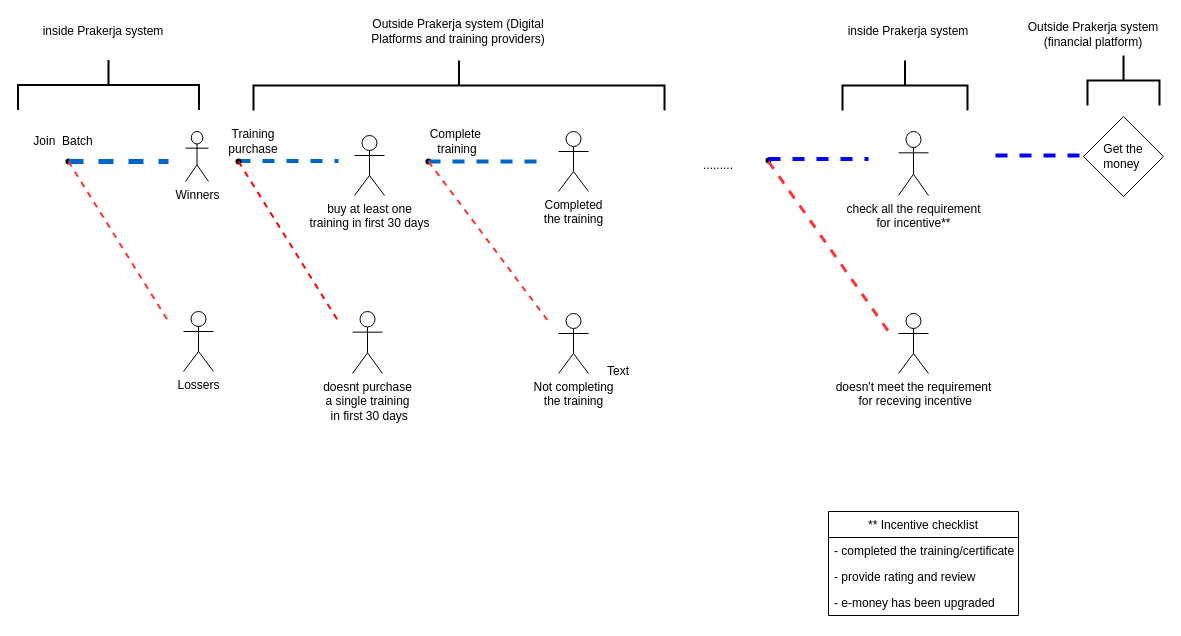
Earlier version of the draw.io diagram Untitled Diagram.drawio (amaulana/myFirstRepo). Source tidied: cells renumbered, new cells numbered last; positions are measured from the earlier drawing's top-left corner, leaving out a move shared by most shapes. Both pictures are drawn from the tidied source at 100%, with x=0, y=0 at pixel (23, -121).
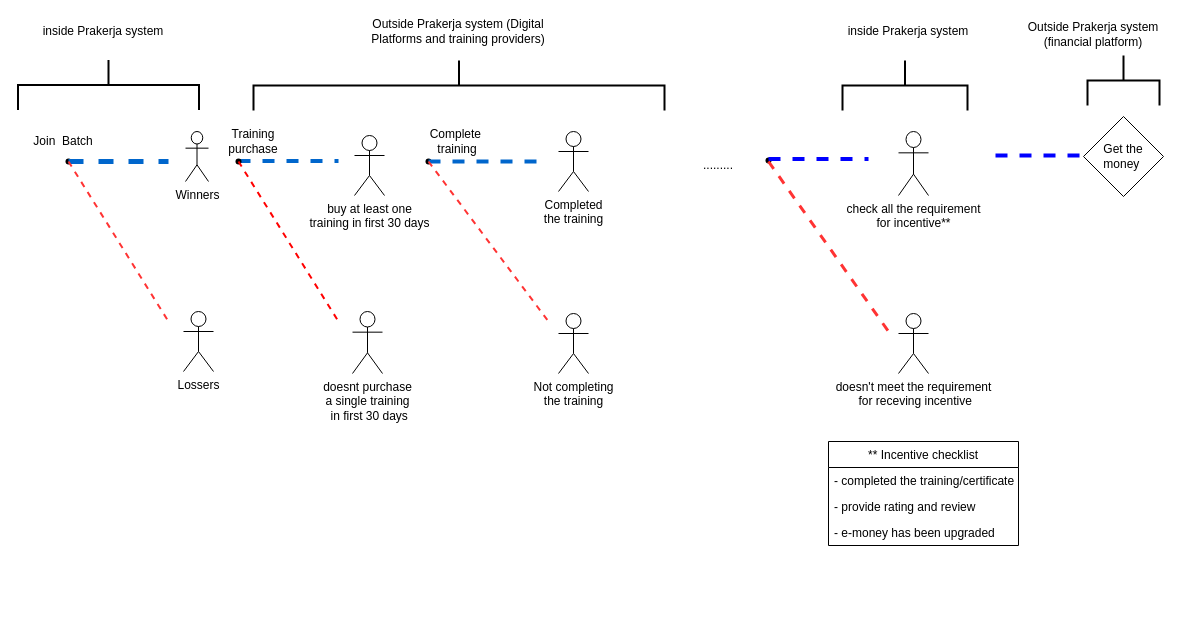
The same diagram, later.

Change to the diagram source:
```diff
@@
-    <mxCell id="37" value="Text" style="text;html=1;strokeColor=none;fillColor=none;align=center;verticalAlign=middle;whiteSpace=wrap;rounded=0;" parent="1" vertex="1">
-      <mxGeometry x="575" y="482" width="40" height="20" as="geometry" />
-    </mxCell>
     <mxCell id="38" value="** Incentive checklist" style="swimlane;fontStyle=0;horizontal=1;startSize=26;" parent="1" vertex="1">
-      <mxGeometry x="805" y="632" width="190" height="104" as="geometry" />
+      <mxGeometry x="805" y="562" width="190" height="104" as="geometry" />
     </mxCell>
```
